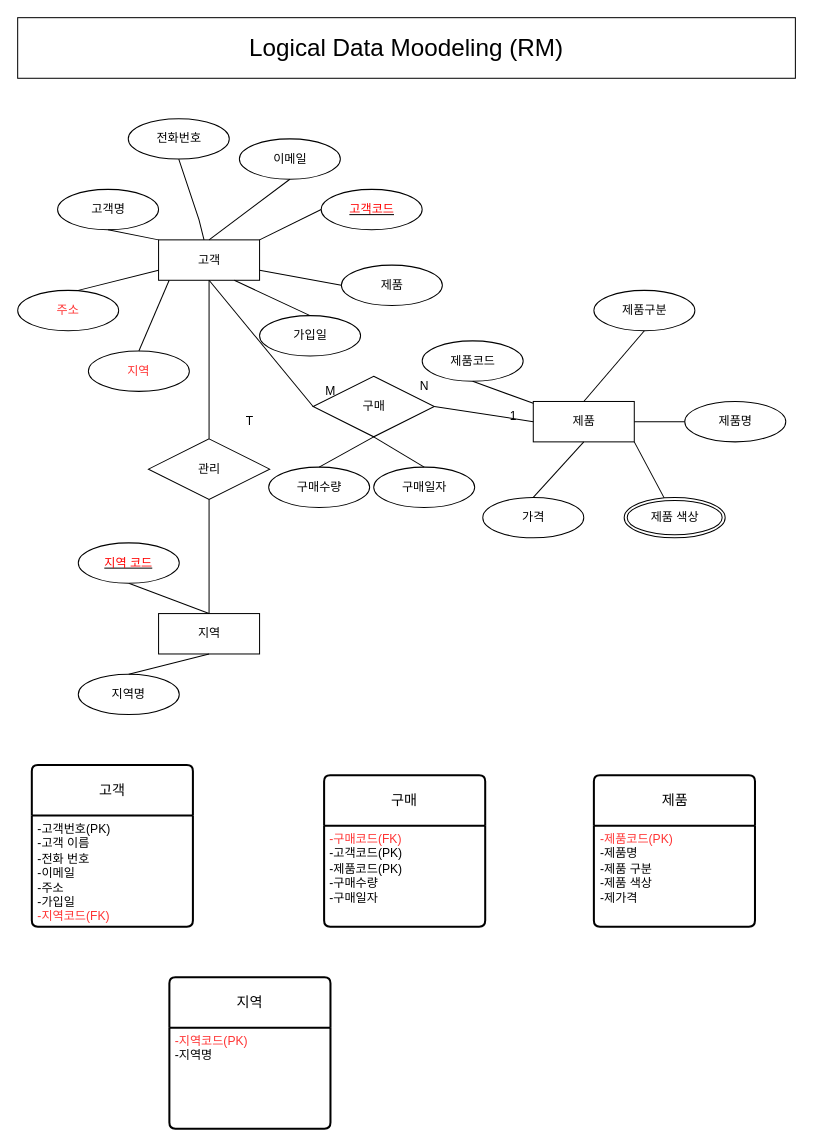
Earlier version of the draw.io diagram page "페이지-2" (2 of 2) of erd.drawio (dao9933/ai8erd). Source tidied: cells renumbered, new cells numbered last; positions are measured from the earlier drawing's top-left corner, leaving out a move shared by most shapes. Both pictures are drawn from the tidied source at 101%, with x=0, y=0 at pixel (17, 17).
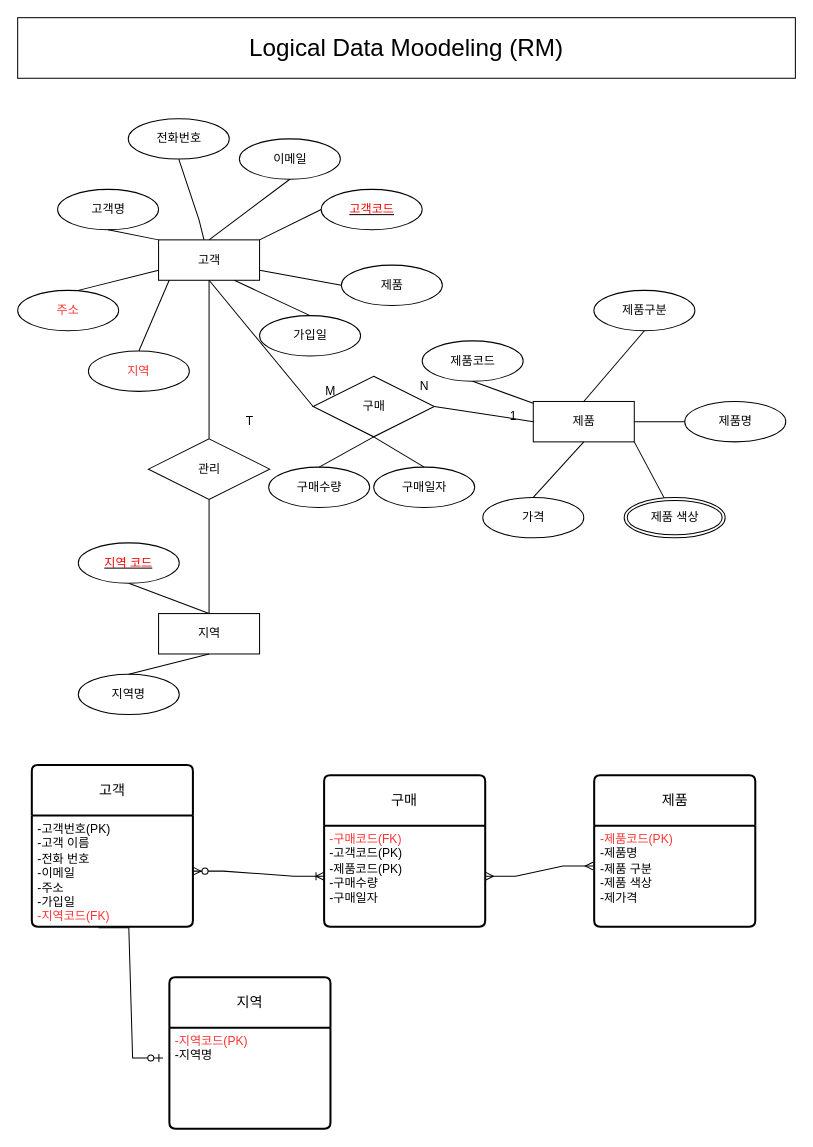
The same page after the edit.

The change refers to these unchanged cells:
```xml
<mxCell id="21" value="-고객번호(PK)&lt;br&gt;-고객 이름&lt;br&gt;-전화 번호&lt;br&gt;-이메일&lt;br&gt;-주소&lt;br&gt;-가입일&lt;br&gt;&lt;font color=&quot;#ff3333&quot;&gt;-지역코드(FK)&lt;/font&gt;" style="align=left;strokeColor=none;fillColor=none;spacingLeft=4;fontSize=12;verticalAlign=top;html=1;" parent="20" vertex="1">
  <mxGeometry y="50" width="159.5" height="110" as="geometry" />
</mxCell>
<mxCell id="44" value="&lt;font color=&quot;#ff3333&quot;&gt;-구매코드(FK)&lt;br&gt;&lt;/font&gt;-고객코드(PK)&lt;br&gt;-제품코드(PK)&lt;br&gt;-구매수량&lt;br&gt;-구매일자" style="align=left;strokeColor=none;fillColor=none;spacingLeft=4;fontSize=12;verticalAlign=top;html=1;" parent="43" vertex="1">
  <mxGeometry y="50" width="159.5" height="100" as="geometry" />
</mxCell>
```

The edit, as a diff of the source:
```diff
@@
     <mxCell id="27" value="제품" style="swimlane;horizontal=1;startSize=50;rounded=1;fontSize=14;fontStyle=0;strokeWidth=2;shadow=0;dashed=0;align=center;arcSize=4;whiteSpace=wrap;html=1;" parent="1" vertex="1">
-      <mxGeometry x="570.5" y="750" width="159.5" height="150" as="geometry" />
+      <mxGeometry x="570.8" y="750" width="159.5" height="150" as="geometry" />
     </mxCell>
@@
+    <mxCell id="58" style="edgeStyle=entityRelationEdgeStyle;fontSize=12;html=1;endArrow=ERmany;startArrow=ERmany;rounded=0;" parent="1" edge="1">
+      <mxGeometry relative="1" as="geometry">
+        <mxPoint x="463" y="850" as="sourcePoint" />
+        <mxPoint x="570" y="840" as="targetPoint" />
+      </mxGeometry>
+    </mxCell>
+    <mxCell id="59" style="edgeStyle=entityRelationEdgeStyle;fontSize=12;html=1;endArrow=ERoneToMany;startArrow=ERzeroToMany;rounded=0;exitX=1;exitY=0.5;exitDx=0;exitDy=0;entryX=0;entryY=0.5;entryDx=0;entryDy=0;" parent="1" edge="1" source="21" target="44">
+      <mxGeometry relative="1" as="geometry" />
+    </mxCell>
+    <mxCell id="60" style="edgeStyle=entityRelationEdgeStyle;fontSize=12;html=1;endArrow=ERzeroToOne;endFill=1;rounded=0;exitX=0.414;exitY=1.009;exitDx=0;exitDy=0;exitPerimeter=0;" parent="1" edge="1" source="21">
+      <mxGeometry relative="1" as="geometry">
+        <mxPoint x="143.8" y="1030" as="targetPoint" />
+      </mxGeometry>
+    </mxCell>
```
